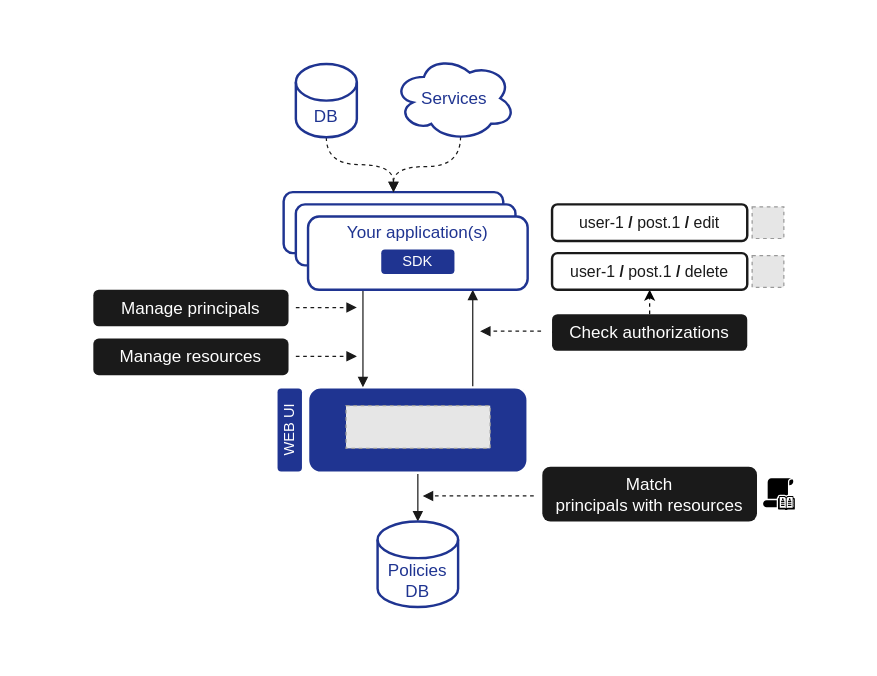
Before: docs/architecture/howitworks.drawio in eko/authz, a draw.io diagram. Source tidied: cells renumbered, new cells numbered last; positions are measured from the earlier drawing's top-left corner, leaving out a move shared by most shapes. Both pictures are drawn from the tidied source at 122%, with x=0, y=0 at pixel (21, 21). Pictures stored in the file or linked from it are replaced by grey dashed boxes.
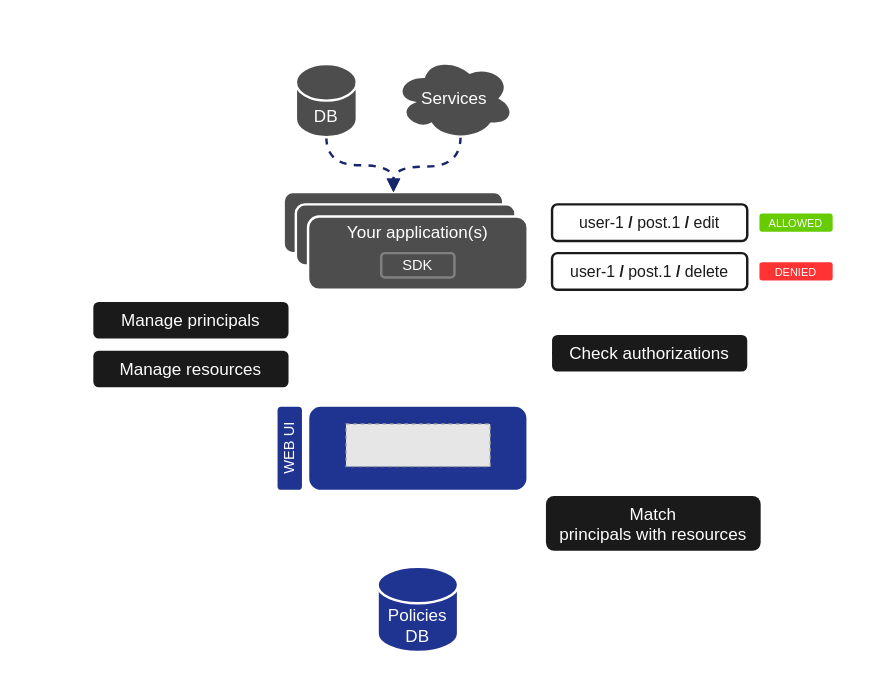
After the change.

The change refers to these unchanged cells:
```xml
<mxCell id="25" value="&lt;font style=&quot;font-size: 13px;&quot; color=&quot;#1a1a1a&quot;&gt;user-1 &lt;b&gt;/&lt;/b&gt; post.1 &lt;b&gt;/&lt;/b&gt; delete&lt;br&gt;&lt;/font&gt;" style="whiteSpace=wrap;html=1;fontSize=14;fillColor=#FFFFFF;strokeColor=#1A1A1A;fontColor=#FFFFFF;rounded=1;strokeWidth=2;" parent="1" vertex="1">
  <mxGeometry x="435" y="190" width="160" height="30" as="geometry" />
</mxCell>
```

The edit, as a diff of the source:
```diff
@@
-    <mxCell id="2" style="rounded=1;whiteSpace=wrap;html=1;dashed=1;strokeColor=none;strokeWidth=2;fontSize=11;fontColor=#6A00FF;fillColor=default;" parent="1" vertex="1">
-      <mxGeometry width="685" height="520" as="geometry" />
-    </mxCell>
-    <mxCell id="3" style="edgeStyle=none;rounded=0;jettySize=auto;html=1;exitX=0.5;exitY=1;exitDx=0;exitDy=0;entryX=0.5;entryY=0;entryDx=0;entryDy=0;entryPerimeter=0;strokeWidth=1;fontSize=14;fontColor=#FFFFFF;strokeColor=#1A1A1A;endArrow=block;endFill=1;" parent="1" edge="1" source="5" target="18">
-      <mxGeometry relative="1" as="geometry" />
+    <mxCell id="3" style="edgeStyle=none;rounded=0;orthogonalLoop=1;jettySize=auto;html=1;exitX=0.5;exitY=1;exitDx=0;exitDy=0;strokeWidth=2;fontSize=14;fontColor=#FFFFFF;strokeColor=#FFFFFF;endArrow=block;endFill=1;" parent="1" edge="1">
+      <mxGeometry relative="1" as="geometry">
+        <mxPoint x="325" y="395" as="sourcePoint" />
+        <mxPoint x="325" y="440" as="targetPoint" />
+      </mxGeometry>
     </mxCell>
-    <mxCell id="4" style="edgeStyle=none;rounded=0;jettySize=auto;html=1;exitX=0.75;exitY=0;exitDx=0;exitDy=0;entryX=0.75;entryY=1;entryDx=0;entryDy=0;strokeColor=#1A1A1A;strokeWidth=1;fontSize=13;fontColor=#1A1A1A;endArrow=block;endFill=1;" parent="1" edge="1" source="5" target="10">
-      <mxGeometry relative="1" as="geometry" />
-    </mxCell>
     <mxCell id="5" style="rounded=1;whiteSpace=wrap;html=1;fillColor=#1F3491;fontColor=#ffffff;strokeColor=#FFFFFF;strokeWidth=2;" parent="1" vertex="1">
-      <mxGeometry x="235" y="300" width="180" height="70" as="geometry" />
+      <mxGeometry x="235" y="315" width="180" height="70" as="geometry" />
     </mxCell>
     <mxCell id="6" style="fillColor=#E6E6E6;strokeColor=#999999;dashed=1;verticalLabelPosition=bottom;verticalAlign=top;" parent="1" vertex="1">
-      <mxGeometry x="266.1" y="315" width="118.2" height="35" as="geometry" />
+      <mxGeometry x="266.1" y="330" width="118.2" height="35" as="geometry" />
     </mxCell>
-    <mxCell id="7" style="rounded=1;whiteSpace=wrap;html=1;fillColor=#FFFFFF;fontColor=#ffffff;strokeColor=#1F3491;strokeWidth=2;" parent="1" vertex="1">
+    <mxCell id="7" style="rounded=1;whiteSpace=wrap;html=1;fillColor=#4D4D4D;fontColor=#ffffff;strokeColor=#FFFFFF;strokeWidth=2;" parent="1" vertex="1">
       <mxGeometry x="215" y="140" width="180" height="50" as="geometry" />
     </mxCell>
-    <mxCell id="8" style="rounded=1;whiteSpace=wrap;html=1;fillColor=#FFFFFF;fontColor=#ffffff;strokeColor=#1F3491;strokeWidth=2;" parent="1" vertex="1">
+    <mxCell id="8" style="rounded=1;whiteSpace=wrap;html=1;fillColor=#4D4D4D;fontColor=#ffffff;strokeColor=#FFFFFF;strokeWidth=2;" parent="1" vertex="1">
       <mxGeometry x="225" y="150" width="180" height="50" as="geometry" />
     </mxCell>
-    <mxCell id="9" style="edgeStyle=none;rounded=0;jettySize=auto;html=1;exitX=0.25;exitY=1;exitDx=0;exitDy=0;entryX=0.25;entryY=0;entryDx=0;entryDy=0;strokeColor=#1A1A1A;strokeWidth=1;fontSize=13;fontColor=#1A1A1A;endArrow=block;endFill=1;" parent="1" edge="1" source="10" target="5">
-      <mxGeometry relative="1" as="geometry" />
+    <mxCell id="9" style="edgeStyle=none;rounded=0;orthogonalLoop=1;jettySize=auto;html=1;entryX=0.25;entryY=0;entryDx=0;entryDy=0;strokeColor=#FFFFFF;strokeWidth=2;fontSize=13;fontColor=#FFFFFF;endArrow=block;endFill=1;" parent="1" edge="1">
+      <mxGeometry relative="1" as="geometry">
+        <mxPoint x="284" y="232" as="sourcePoint" />
+        <mxPoint x="284" y="307" as="targetPoint" />
+      </mxGeometry>
     </mxCell>
-    <mxCell id="10" value="&lt;font style=&quot;font-size: 14px;&quot;&gt;&lt;font color=&quot;#1f3491&quot;&gt;Your application(s)&lt;br&gt;&lt;br&gt;&lt;/font&gt;&lt;br&gt;&lt;/font&gt;" style="rounded=1;whiteSpace=wrap;html=1;fillColor=#FFFFFF;fontColor=#ffffff;strokeColor=#1F3491;strokeWidth=2;" parent="1" vertex="1">
+    <mxCell id="10" value="&lt;font style=&quot;font-size: 14px;&quot;&gt;Your application(s)&lt;br&gt;&lt;br&gt;&lt;br&gt;&lt;/font&gt;" style="rounded=1;whiteSpace=wrap;html=1;fillColor=#4D4D4D;fontColor=#ffffff;strokeColor=#FFFFFF;strokeWidth=2;" parent="1" vertex="1">
       <mxGeometry x="235" y="160" width="180" height="60" as="geometry" />
     </mxCell>
-    <mxCell id="11" value="SDK" style="rounded=1;whiteSpace=wrap;html=1;fillColor=#1F3491;fontColor=#ffffff;strokeColor=none;strokeWidth=2;" parent="1" vertex="1">
-      <mxGeometry x="295" y="187" width="60" height="20" as="geometry" />
+    <mxCell id="11" value="SDK" style="rounded=1;whiteSpace=wrap;html=1;fillColor=none;fontColor=#ffffff;strokeColor=#808080;strokeWidth=2;" parent="1" vertex="1">
+      <mxGeometry x="295" y="190" width="60" height="20" as="geometry" />
     </mxCell>
-    <mxCell id="12" style="edgeStyle=orthogonalEdgeStyle;curved=1;rounded=0;jettySize=auto;html=1;exitX=0.5;exitY=1;exitDx=0;exitDy=0;exitPerimeter=0;entryX=0.5;entryY=0;entryDx=0;entryDy=0;fontSize=14;fontColor=#6A00FF;dashed=1;strokeColor=#1A1A1A;endArrow=block;endFill=1;" parent="1" edge="1" source="13" target="7">
-      <mxGeometry relative="1" as="geometry" />
+    <mxCell id="12" style="edgeStyle=orthogonalEdgeStyle;curved=1;rounded=0;jettySize=auto;html=1;exitX=0.5;exitY=1;exitDx=0;exitDy=0;exitPerimeter=0;entryX=0.5;entryY=0;entryDx=0;entryDy=0;fontSize=14;fontColor=#6A00FF;dashed=1;strokeColor=#17276D;endArrow=block;endFill=1;strokeWidth=2;" parent="1" edge="1" source="13" target="7">
+      <mxGeometry relative="1" as="geometry">
+        <Array as="points">
+          <mxPoint x="250" y="118" />
+          <mxPoint x="305" y="118" />
+        </Array>
+      </mxGeometry>
     </mxCell>
-    <mxCell id="13" value="&lt;font color=&quot;#1f3491&quot;&gt;DB&lt;/font&gt;" style="shape=cylinder3;whiteSpace=wrap;html=1;boundedLbl=1;backgroundOutline=1;size=15;strokeColor=#1F3491;strokeWidth=2;fontSize=14;fontColor=#6A00FF;fillColor=default;" parent="1" vertex="1">
+    <mxCell id="13" value="&lt;font&gt;DB&lt;/font&gt;" style="shape=cylinder3;whiteSpace=wrap;html=1;boundedLbl=1;backgroundOutline=1;size=15;strokeColor=#FFFFFF;strokeWidth=2;fontSize=14;fontColor=#FFFFFF;fillColor=#4D4D4D;" parent="1" vertex="1">
       <mxGeometry x="225" y="35" width="50" height="60" as="geometry" />
     </mxCell>
-    <mxCell id="14" style="edgeStyle=orthogonalEdgeStyle;curved=1;rounded=0;jettySize=auto;html=1;exitX=0.55;exitY=0.95;exitDx=0;exitDy=0;exitPerimeter=0;entryX=0.5;entryY=0;entryDx=0;entryDy=0;fontSize=14;fontColor=#6A00FF;dashed=1;strokeColor=#1A1A1A;endArrow=block;endFill=1;" parent="1" edge="1" source="15" target="7">
+    <mxCell id="14" style="edgeStyle=orthogonalEdgeStyle;curved=1;rounded=0;jettySize=auto;html=1;exitX=0.55;exitY=0.95;exitDx=0;exitDy=0;exitPerimeter=0;entryX=0.5;entryY=0;entryDx=0;entryDy=0;fontSize=14;fontColor=#6A00FF;dashed=1;strokeColor=#17276D;endArrow=block;endFill=1;strokeWidth=2;" parent="1" edge="1" source="15" target="7">
       <mxGeometry relative="1" as="geometry" />
     </mxCell>
-    <mxCell id="15" value="&lt;font color=&quot;#1f3491&quot;&gt;Services&lt;/font&gt;" style="ellipse;shape=cloud;whiteSpace=wrap;html=1;strokeColor=#1F3491;strokeWidth=2;fontSize=14;fontColor=#6A00FF;fillColor=default;" parent="1" vertex="1">
+    <mxCell id="15" value="&lt;font&gt;Services&lt;/font&gt;" style="ellipse;shape=cloud;whiteSpace=wrap;html=1;strokeColor=#FFFFFF;strokeWidth=2;fontSize=14;fontColor=#FFFFFF;fillColor=#4D4D4D;" parent="1" vertex="1">
       <mxGeometry x="305" y="28" width="100" height="70" as="geometry" />
     </mxCell>
     <mxCell id="16" value="Manage resources" style="rounded=1;whiteSpace=wrap;html=1;strokeColor=none;strokeWidth=2;fontSize=14;fontColor=#FFFFFF;fillColor=#1A1A1A;" parent="1" vertex="1">
-      <mxGeometry x="59" y="260" width="160" height="30" as="geometry" />
+      <mxGeometry x="59" y="270" width="160" height="30" as="geometry" />
     </mxCell>
     <mxCell id="17" value="Manage principals" style="rounded=1;whiteSpace=wrap;html=1;strokeColor=none;strokeWidth=2;fontSize=14;fontColor=#FFFFFF;fillColor=#1A1A1A;" parent="1" vertex="1">
-      <mxGeometry x="59" y="220" width="160" height="30" as="geometry" />
+      <mxGeometry x="59" y="230" width="160" height="30" as="geometry" />
     </mxCell>
-    <mxCell id="18" value="&lt;font color=&quot;#1f3491&quot;&gt;Policies&lt;br&gt;DB&lt;/font&gt;" style="shape=cylinder3;whiteSpace=wrap;html=1;boundedLbl=1;backgroundOutline=1;size=15;strokeColor=#1F3491;strokeWidth=2;fontSize=14;fontColor=#6A00FF;fillColor=default;" parent="1" vertex="1">
-      <mxGeometry x="292" y="410" width="66" height="70" as="geometry" />
+    <mxCell id="18" value="&lt;font&gt;Policies&lt;br&gt;DB&lt;/font&gt;" style="shape=cylinder3;whiteSpace=wrap;html=1;boundedLbl=1;backgroundOutline=1;size=15;strokeColor=#FFFFFF;strokeWidth=2;fontSize=14;fontColor=#FFFFFF;fillColor=#1F3491;" parent="1" vertex="1">
+      <mxGeometry x="292" y="447" width="66" height="70" as="geometry" />
     </mxCell>
-    <mxCell id="19" style="edgeStyle=none;rounded=0;jettySize=auto;html=1;dashed=1;strokeWidth=1;fontSize=14;fontColor=#FFFFFF;" parent="1" edge="1" source="24" target="25">
+    <mxCell id="19" style="edgeStyle=none;rounded=0;jettySize=auto;html=1;dashed=1;strokeWidth=1;fontSize=14;fontColor=#FFFFFF;strokeColor=#FFFFFF;" parent="1" edge="1" source="24" target="25">
       <mxGeometry relative="1" as="geometry" />
     </mxCell>
     <mxCell id="20" style="edgeStyle=none;rounded=0;jettySize=auto;html=1;exitX=0;exitY=0.5;exitDx=0;exitDy=0;dashed=1;strokeColor=#1A1A1A;strokeWidth=1;fontSize=13;fontColor=#1A1A1A;" parent="1" edge="1" source="24">
       <mxGeometry relative="1" as="geometry">
-        <mxPoint x="465" y="255" as="targetPoint" />
+        <mxPoint x="465" y="272" as="targetPoint" />
       </mxGeometry>
     </mxCell>
     <mxCell id="21" style="edgeStyle=none;rounded=0;jettySize=auto;html=1;exitX=0;exitY=0.5;exitDx=0;exitDy=0;dashed=1;strokeColor=#1A1A1A;strokeWidth=1;fontSize=13;fontColor=#1A1A1A;" parent="1" edge="1" source="24">
       <mxGeometry relative="1" as="geometry">
-        <mxPoint x="465" y="255" as="targetPoint" />
+        <mxPoint x="465" y="272" as="targetPoint" />
       </mxGeometry>
     </mxCell>
     <mxCell id="22" style="edgeStyle=none;rounded=0;jettySize=auto;html=1;exitX=0;exitY=0.5;exitDx=0;exitDy=0;dashed=1;strokeColor=#1A1A1A;strokeWidth=1;fontSize=13;fontColor=#1A1A1A;" parent="1" edge="1" source="24">
       <mxGeometry relative="1" as="geometry">
-        <mxPoint x="465" y="255" as="targetPoint" />
+        <mxPoint x="465" y="272" as="targetPoint" />
       </mxGeometry>
     </mxCell>
     <mxCell id="23" style="edgeStyle=none;rounded=0;jettySize=auto;html=1;exitX=0;exitY=0.5;exitDx=0;exitDy=0;dashed=1;strokeColor=#1A1A1A;strokeWidth=1;fontSize=13;fontColor=#1A1A1A;" parent="1" edge="1" source="24">
       <mxGeometry relative="1" as="geometry">
-        <mxPoint x="465" y="255" as="targetPoint" />
+        <mxPoint x="465" y="272" as="targetPoint" />
       </mxGeometry>
     </mxCell>
     <mxCell id="24" value="Check authorizations" style="rounded=1;whiteSpace=wrap;html=1;strokeColor=none;strokeWidth=2;fontSize=14;fontColor=#FFFFFF;fillColor=#1A1A1A;" parent="1" vertex="1">
-      <mxGeometry x="435" y="240" width="160" height="30" as="geometry" />
+      <mxGeometry x="435" y="257" width="160" height="30" as="geometry" />
     </mxCell>
@@
-    <mxCell id="26" style="endArrow=block;html=1;rounded=0;dashed=1;strokeColor=#1A1A1A;strokeWidth=1;fontSize=13;fontColor=#1A1A1A;endFill=1;" parent="1" edge="1">
+    <mxCell id="26" style="endArrow=block;html=1;rounded=0;dashed=1;strokeColor=#FFFFFF;strokeWidth=1;fontSize=13;fontColor=#FFFFFF;endFill=1;" parent="1" edge="1">
       <mxGeometry relative="1" as="geometry">
-        <mxPoint x="225" y="234.6" as="sourcePoint" />
-        <mxPoint x="275" y="234.6" as="targetPoint" />
+        <mxPoint x="225" y="244.6" as="sourcePoint" />
+        <mxPoint x="275" y="244.6" as="targetPoint" />
       </mxGeometry>
     </mxCell>
-    <mxCell id="27" style="endArrow=block;html=1;rounded=0;dashed=1;strokeColor=#1A1A1A;strokeWidth=1;fontSize=13;fontColor=#1A1A1A;endFill=1;" parent="1" edge="1">
+    <mxCell id="27" style="endArrow=block;html=1;rounded=0;dashed=1;strokeColor=#FFFFFF;strokeWidth=1;fontSize=13;fontColor=#FFFFFF;endFill=1;" parent="1" edge="1">
       <mxGeometry relative="1" as="geometry">
-        <mxPoint x="225" y="274.6" as="sourcePoint" />
-        <mxPoint x="275" y="274.6" as="targetPoint" />
+        <mxPoint x="225" y="284.6" as="sourcePoint" />
+        <mxPoint x="275" y="284.6" as="targetPoint" />
       </mxGeometry>
     </mxCell>
-    <mxCell id="28" style="endArrow=block;html=1;rounded=0;dashed=1;strokeColor=#1A1A1A;strokeWidth=1;fontSize=13;fontColor=#1A1A1A;endFill=1;" parent="1" edge="1">
+    <mxCell id="28" style="endArrow=block;html=1;rounded=0;dashed=1;strokeColor=#FFFFFF;strokeWidth=1;fontSize=13;fontColor=#FFFFFF;endFill=1;" parent="1" edge="1">
       <mxGeometry relative="1" as="geometry">
-        <mxPoint x="426" y="254" as="sourcePoint" />
-        <mxPoint x="376" y="254" as="targetPoint" />
+        <mxPoint x="426" y="271" as="sourcePoint" />
+        <mxPoint x="376" y="271" as="targetPoint" />
       </mxGeometry>
     </mxCell>
-    <mxCell id="29" style="fillColor=#E6E6E6;strokeColor=#999999;dashed=1;html=1;verticalAlign=top;verticalLabelPosition=bottom;labelBackgroundColor=#ffffff;fontSize=11;fontColor=#6A00FF;" parent="1" vertex="1">
-      <mxGeometry x="599" y="192" width="26" height="26" as="geometry" />
-    </mxCell>
@@
-    <mxCell id="31" style="fillColor=#E6E6E6;strokeColor=#999999;dashed=1;html=1;verticalAlign=top;verticalLabelPosition=bottom;labelBackgroundColor=#ffffff;fontSize=11;fontColor=#6A00FF;" parent="1" vertex="1">
-      <mxGeometry x="599" y="152" width="26" height="26" as="geometry" />
-    </mxCell>
     <mxCell id="32" value="Match&lt;br&gt;principals with resources" style="rounded=1;whiteSpace=wrap;html=1;strokeColor=none;strokeWidth=2;fontSize=14;fontColor=#FFFFFF;fillColor=#1A1A1A;" parent="1" vertex="1">
-      <mxGeometry x="427" y="365" width="176" height="45" as="geometry" />
+      <mxGeometry x="430" y="389" width="176" height="45" as="geometry" />
     </mxCell>
-    <mxCell id="33" style="endArrow=block;html=1;rounded=0;dashed=1;strokeColor=#1A1A1A;strokeWidth=1;fontSize=13;fontColor=#1A1A1A;endFill=1;" parent="1" edge="1">
+    <mxCell id="33" style="endArrow=block;html=1;rounded=0;dashed=1;strokeColor=#FFFFFF;strokeWidth=1;fontSize=13;fontColor=#FFFFFF;endFill=1;" parent="1" edge="1">
       <mxGeometry relative="1" as="geometry">
-        <mxPoint x="420" y="389" as="sourcePoint" />
-        <mxPoint x="329" y="389" as="targetPoint" />
+        <mxPoint x="425" y="413" as="sourcePoint" />
+        <mxPoint x="333" y="413" as="targetPoint" />
       </mxGeometry>
     </mxCell>
-    <mxCell id="34" style="sketch=0;shadow=0;dashed=0;html=1;strokeColor=none;fillColor=#000000;labelPosition=center;verticalLabelPosition=bottom;verticalAlign=top;align=center;shape=mxgraph.office.security.address_book_policies;strokeWidth=2;fontSize=11;fontColor=#41384d;labelBackgroundColor=#000000;" parent="1" vertex="1">
-      <mxGeometry x="608" y="374.5" width="26" height="26" as="geometry" />
+    <mxCell id="34" style="sketch=0;shadow=0;dashed=0;html=1;strokeColor=none;fillColor=#FFFFFF;labelPosition=center;verticalLabelPosition=bottom;verticalAlign=top;align=center;shape=mxgraph.office.security.address_book_policies;strokeWidth=2;fontSize=11;fontColor=#41384d;labelBackgroundColor=#000000;" parent="1" vertex="1">
+      <mxGeometry x="611" y="398.5" width="26" height="26" as="geometry" />
     </mxCell>
     <mxCell id="35" value="WEB UI" style="rounded=1;whiteSpace=wrap;html=1;fillColor=#1F3491;fontColor=#ffffff;strokeColor=none;strokeWidth=2;rotation=-90;" parent="1" vertex="1">
-      <mxGeometry x="186" y="325" width="68" height="20" as="geometry" />
+      <mxGeometry x="186" y="340" width="68" height="20" as="geometry" />
     </mxCell>
+    <mxCell id="36" style="edgeStyle=none;rounded=0;orthogonalLoop=1;jettySize=auto;html=1;entryX=0.25;entryY=0;entryDx=0;entryDy=0;strokeColor=#FFFFFF;strokeWidth=2;fontSize=13;fontColor=#FFFFFF;endArrow=none;endFill=0;startArrow=block;startFill=1;" parent="1" edge="1">
+      <mxGeometry relative="1" as="geometry">
+        <mxPoint x="365" y="230" as="sourcePoint" />
+        <mxPoint x="365" y="305" as="targetPoint" />
+      </mxGeometry>
+    </mxCell>
+    <mxCell id="37" value="&lt;font style=&quot;font-size: 9px;&quot;&gt;ALLOWED&lt;/font&gt;" style="rounded=1;whiteSpace=wrap;html=1;strokeColor=none;fontColor=#FFFFFF;fillColor=#66CC00;fontSize=10;" parent="1" vertex="1">
+      <mxGeometry x="605" y="157.5" width="60" height="15" as="geometry" />
+    </mxCell>
+    <mxCell id="38" value="&lt;font style=&quot;font-size: 9px;&quot;&gt;DENIED&lt;/font&gt;" style="rounded=1;whiteSpace=wrap;html=1;strokeColor=none;fontColor=#FFFFFF;fillColor=#FF3333;fontSize=10;" parent="1" vertex="1">
+      <mxGeometry x="605" y="197.5" width="60" height="15" as="geometry" />
+    </mxCell>
```
